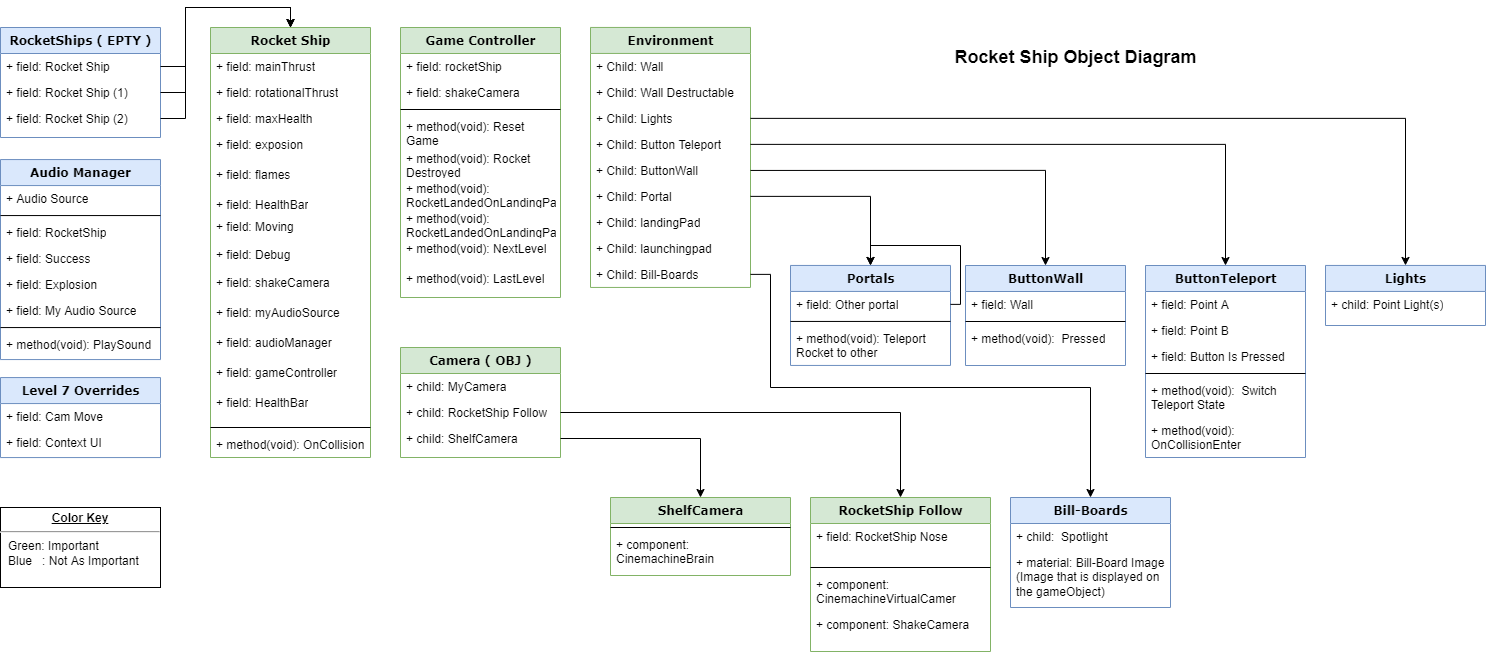
This is README_Img/Level-Object-Diagram.png from Kayyo321/Rocket-Ship-Platformer, a draw.io export, as it was before one commit. Source tidied: cells renumbered, new cells last; positions are measured from the earlier drawing's top-left corner, leaving out a move shared by most shapes.
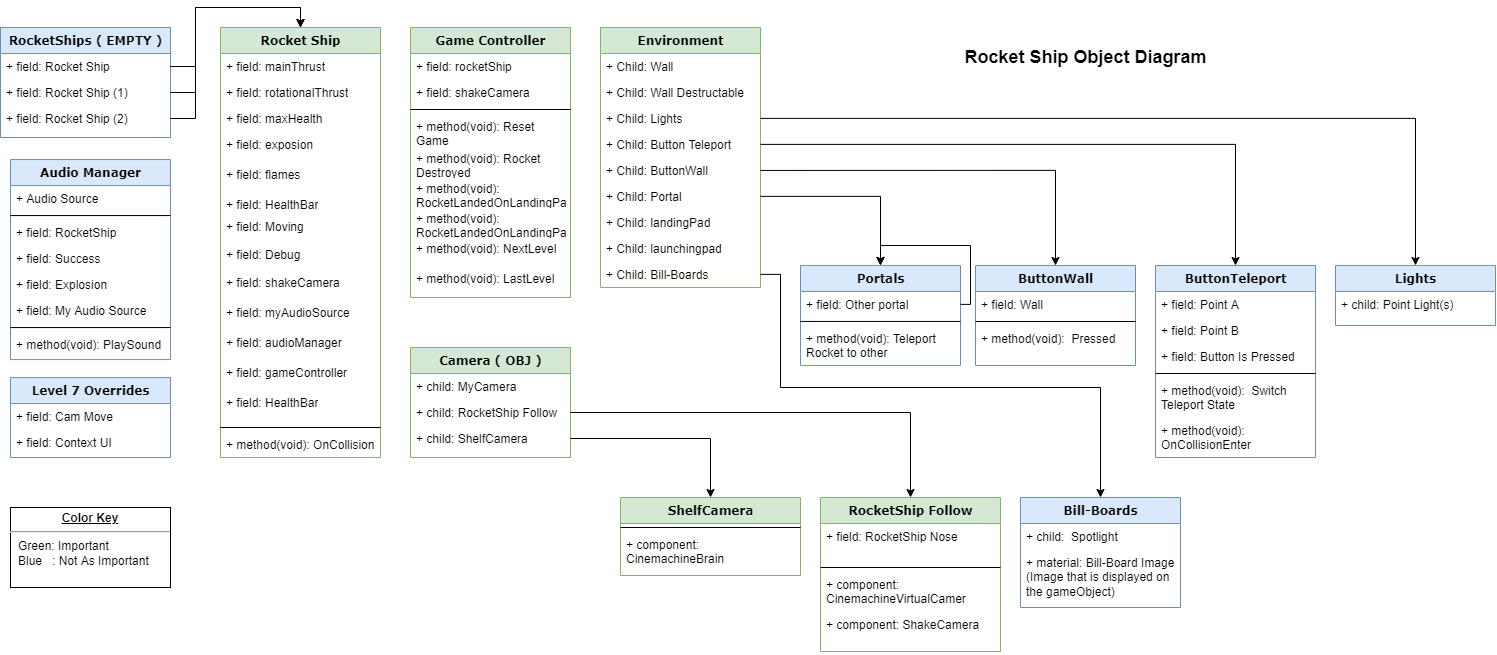
The same file after the commit.

Commit message:
Woops, misspelled 'EMPTY' on the RocketShips class

The edit, as a diff of the source:
```diff
@@ -281,17 +281,17 @@
         </Array>
       </mxGeometry>
     </mxCell>
-    <mxCell id="91" value="RocketShips ( EPTY )" style="swimlane;html=1;fontStyle=1;align=center;verticalAlign=top;horizontal=1;startSize=26;swimlaneFillColor=#ffffff;rounded=0;shadow=0;comic=0;labelBackgroundColor=none;strokeWidth=1;fillColor=#dae8fc;fontFamily=Verdana;fontSize=12;strokeColor=#6c8ebf;" parent="1" vertex="1">
-      <mxGeometry width="160" height="110" as="geometry" />
+    <mxCell id="91" value="RocketShips ( EMPTY )" style="swimlane;html=1;fontStyle=1;align=center;verticalAlign=top;horizontal=1;startSize=26;swimlaneFillColor=#ffffff;rounded=0;shadow=0;comic=0;labelBackgroundColor=none;strokeWidth=1;fillColor=#dae8fc;fontFamily=Verdana;fontSize=12;strokeColor=#6c8ebf;" parent="1" vertex="1">
+      <mxGeometry x="-10" width="170" height="110" as="geometry" />
     </mxCell>
     <mxCell id="92" value="+ field: Rocket Ship" style="text;html=1;strokeColor=none;fillColor=none;align=left;verticalAlign=top;spacingLeft=4;spacingRight=4;whiteSpace=wrap;overflow=hidden;points=[[0,0.5],[1,0.5]];portConstraint=eastwest;" parent="91" vertex="1">
-      <mxGeometry y="26" width="160" height="26" as="geometry" />
+      <mxGeometry y="26" width="170" height="26" as="geometry" />
     </mxCell>
     <mxCell id="93" value="+ field: Rocket Ship (1)" style="text;html=1;strokeColor=none;fillColor=none;align=left;verticalAlign=top;spacingLeft=4;spacingRight=4;whiteSpace=wrap;overflow=hidden;points=[[0,0.5],[1,0.5]];portConstraint=eastwest;" parent="91" vertex="1">
-      <mxGeometry y="52" width="160" height="26" as="geometry" />
+      <mxGeometry y="52" width="170" height="26" as="geometry" />
     </mxCell>
     <mxCell id="94" value="+ field: Rocket Ship (2)" style="text;html=1;strokeColor=none;fillColor=none;align=left;verticalAlign=top;spacingLeft=4;spacingRight=4;whiteSpace=wrap;overflow=hidden;points=[[0,0.5],[1,0.5]];portConstraint=eastwest;" parent="91" vertex="1">
-      <mxGeometry y="78" width="160" height="26" as="geometry" />
+      <mxGeometry y="78" width="170" height="26" as="geometry" />
     </mxCell>
     <mxCell id="95" style="edgeStyle=orthogonalEdgeStyle;rounded=0;jettySize=auto;html=1;exitX=1;exitY=0.5;exitDx=0;exitDy=0;entryX=0.5;entryY=0;entryDx=0;entryDy=0;" parent="1" edge="1" source="94" target="6">
       <mxGeometry relative="1" as="geometry" />
```
